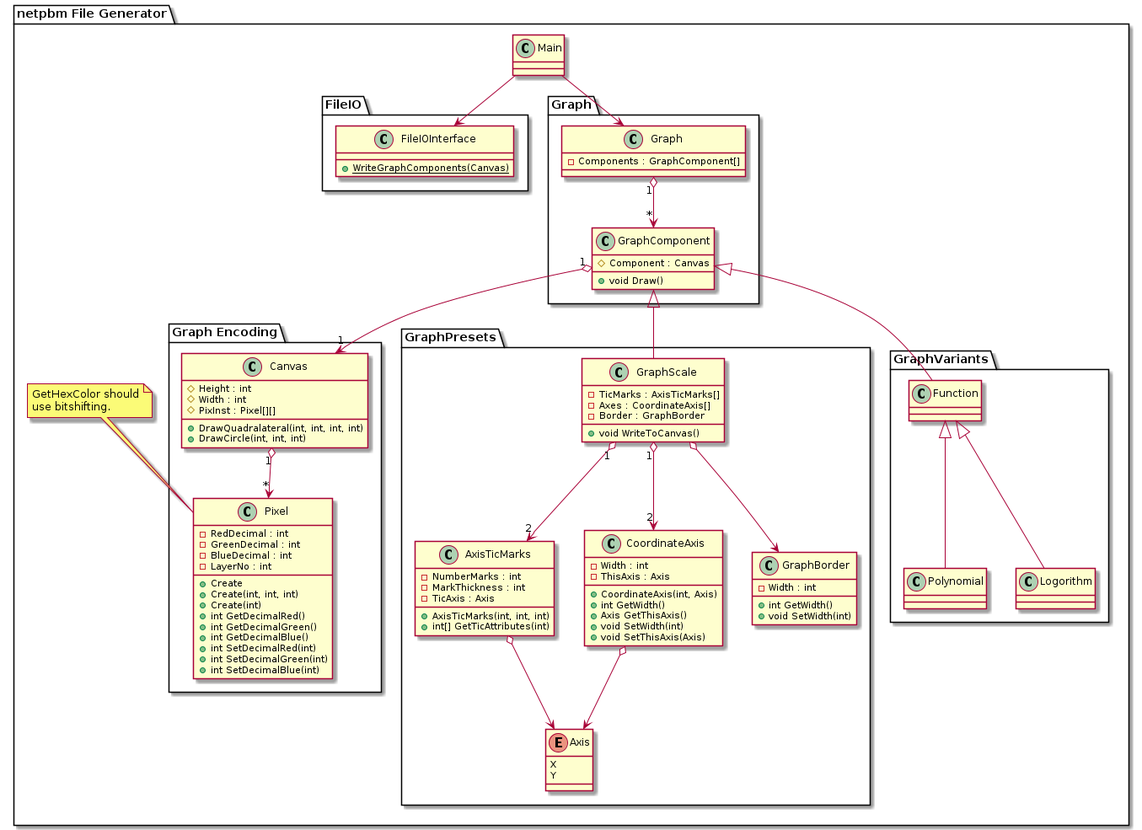
Earlier version of the PlantUML export Documentation/uml_diagram.png (millipedes/Pascal-netpbm-Generator).
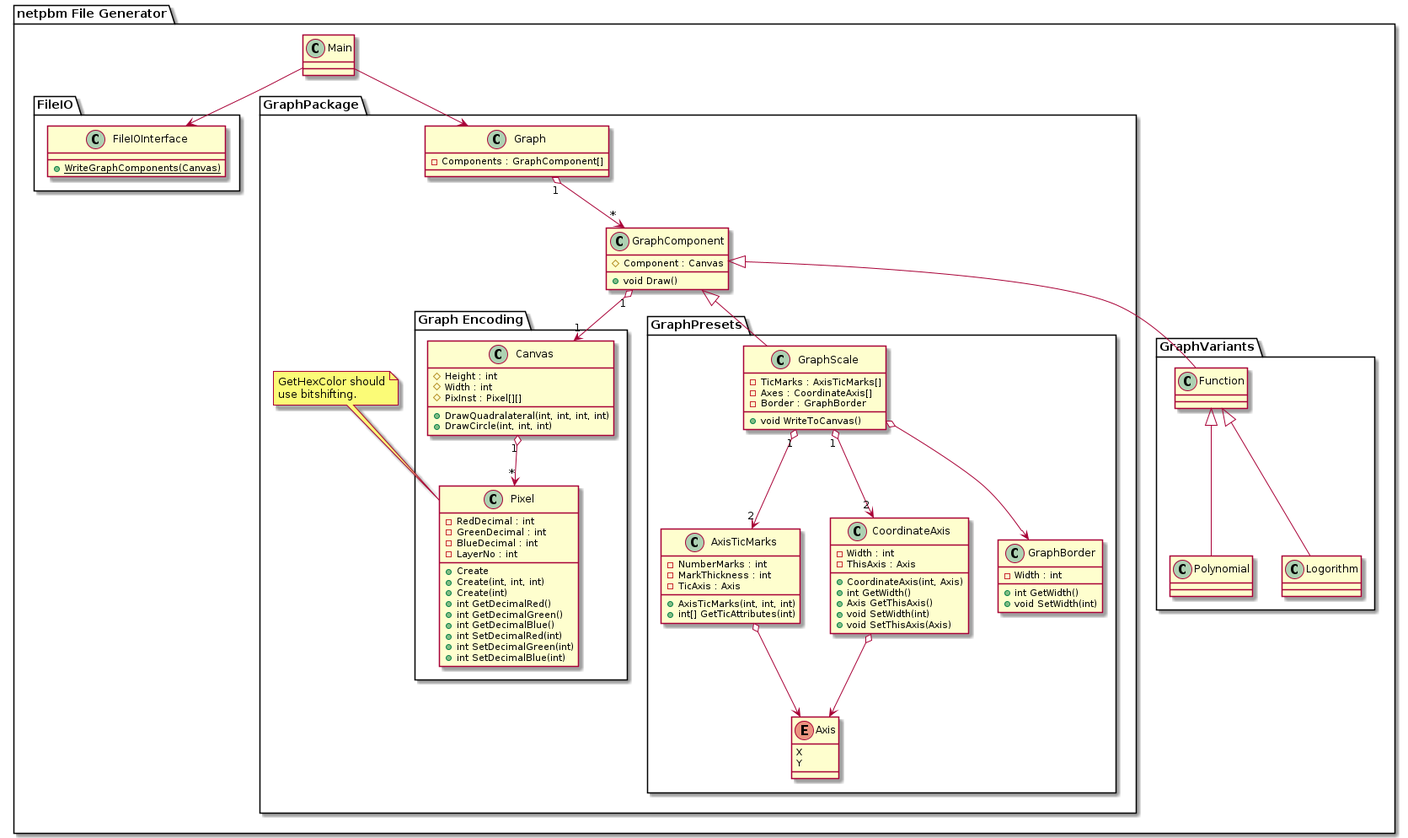
The same diagram one commit later.

Diff of the diagram source:
```diff
@@ -10,80 +10,81 @@
     }
   }
 
-  package Graph {
-    class Graph {
-       {field} - Components : GraphComponent[]
+  package GraphPackage {
+      class Graph {
+         {field} - Components : GraphComponent[]
+      }
+
+      class GraphComponent {
+         {field} # Component : Canvas
+        {method} + void Draw()
+      }
+
+
+    package "Graph Encoding" {
+      class Canvas {
+         {field} # Height : int
+         {field} # Width : int
+         {field} # PixInst : Pixel[][]
+        {method} + DrawQuadralateral(int, int, int, int)
+        {method} + DrawCircle(int, int, int)
+      }
+
+      class Pixel {
+         {field} - RedDecimal : int
+         {field} - GreenDecimal : int
+         {field} - BlueDecimal : int
+         {field} - LayerNo : int
+        {method} + Create
+        {method} + Create(int, int, int)
+        {method} + Create(int)
+        {method} + int GetDecimalRed()
+        {method} + int GetDecimalGreen()
+        {method} + int GetDecimalBlue()
+        {method} + int SetDecimalRed(int)
+        {method} + int SetDecimalGreen(int)
+        {method} + int SetDecimalBlue(int)
+      }
     }
 
-    class GraphComponent {
-       {field} # Component : Canvas
-      {method} + void Draw()
-    }
-  }
+    note top of Pixel : GetHexColor should\nuse bitshifting.
 
-  package "Graph Encoding" {
-    class Canvas {
-       {field} # Height : int
-       {field} # Width : int
-       {field} # PixInst : Pixel[][]
-      {method} + DrawQuadralateral(int, int, int, int)
-      {method} + DrawCircle(int, int, int)
-    }
+    package GraphPresets {
+      class GraphScale {
+         {field} - TicMarks : AxisTicMarks[]
+         {field} - Axes : CoordinateAxis[]
+         {field} - Border : GraphBorder
+        {method} + void WriteToCanvas()
+      }
 
-    class Pixel {
-       {field} - RedDecimal : int
-       {field} - GreenDecimal : int
-       {field} - BlueDecimal : int
-       {field} - LayerNo : int
-      {method} + Create
-      {method} + Create(int, int, int)
-      {method} + Create(int)
-      {method} + int GetDecimalRed()
-      {method} + int GetDecimalGreen()
-      {method} + int GetDecimalBlue()
-      {method} + int SetDecimalRed(int)
-      {method} + int SetDecimalGreen(int)
-      {method} + int SetDecimalBlue(int)
-    }
-  }
+      class AxisTicMarks {
+         {field} - NumberMarks : int
+         {field} - MarkThickness : int
+         {field} - TicAxis : Axis
+        {method} + AxisTicMarks(int, int, int)
+        {method} + int[] GetTicAttributes(int)
+      }
 
-  note top of Pixel : GetHexColor should\nuse bitshifting.
+      class CoordinateAxis {
+         {field} - Width : int
+         {field} - ThisAxis : Axis
+        {method} + CoordinateAxis(int, Axis)
+        {method} + int GetWidth()
+        {method} + Axis GetThisAxis()
+        {method} + void SetWidth(int)
+        {method} + void SetThisAxis(Axis)
+      }
 
-  package GraphPresets {
-    class GraphScale {
-       {field} - TicMarks : AxisTicMarks[]
-       {field} - Axes : CoordinateAxis[]
-       {field} - Border : GraphBorder
-      {method} + void WriteToCanvas()
-    }
+      class GraphBorder {
+         {field} - Width : int
+        {method} + int GetWidth()
+        {method} + void SetWidth(int)
+      }
 
-    class AxisTicMarks {
-       {field} - NumberMarks : int
-       {field} - MarkThickness : int
-       {field} - TicAxis : Axis
-      {method} + AxisTicMarks(int, int, int)
-      {method} + int[] GetTicAttributes(int)
-    }
-
-    class CoordinateAxis {
-       {field} - Width : int
-       {field} - ThisAxis : Axis
-      {method} + CoordinateAxis(int, Axis)
-      {method} + int GetWidth()
-      {method} + Axis GetThisAxis()
-      {method} + void SetWidth(int)
-      {method} + void SetThisAxis(Axis)
-    }
-
-    class GraphBorder {
-       {field} - Width : int
-      {method} + int GetWidth()
-      {method} + void SetWidth(int)
-    }
-
-    enum Axis {
-      X
-      Y
+      enum Axis {
+        X
+        Y
+      }
     }
   }
 
```
